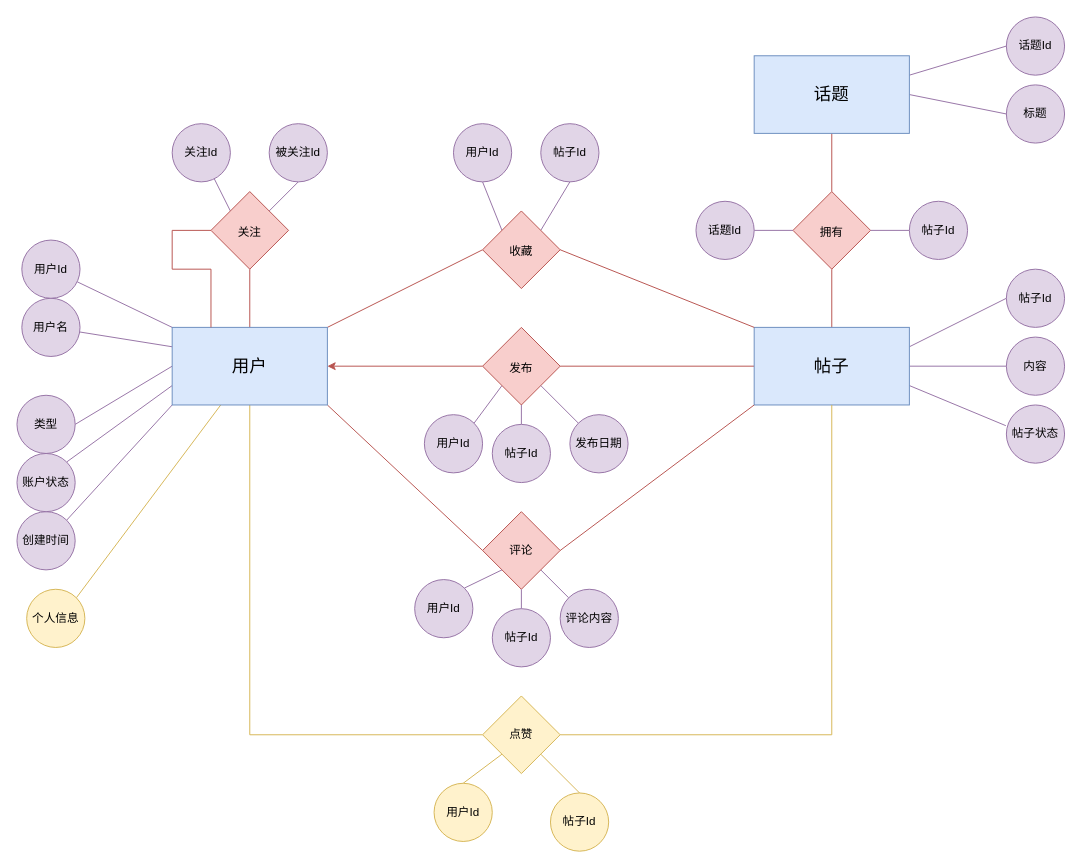
Before: map/minihubER.drawio in msqtt/Sources, a draw.io diagram. Source tidied: cells renumbered, new cells numbered last; positions are measured from the earlier drawing's top-left corner, leaving out a move shared by most shapes. Both pictures are drawn from the tidied source at 97%, with x=0, y=0 at pixel (16, 16).
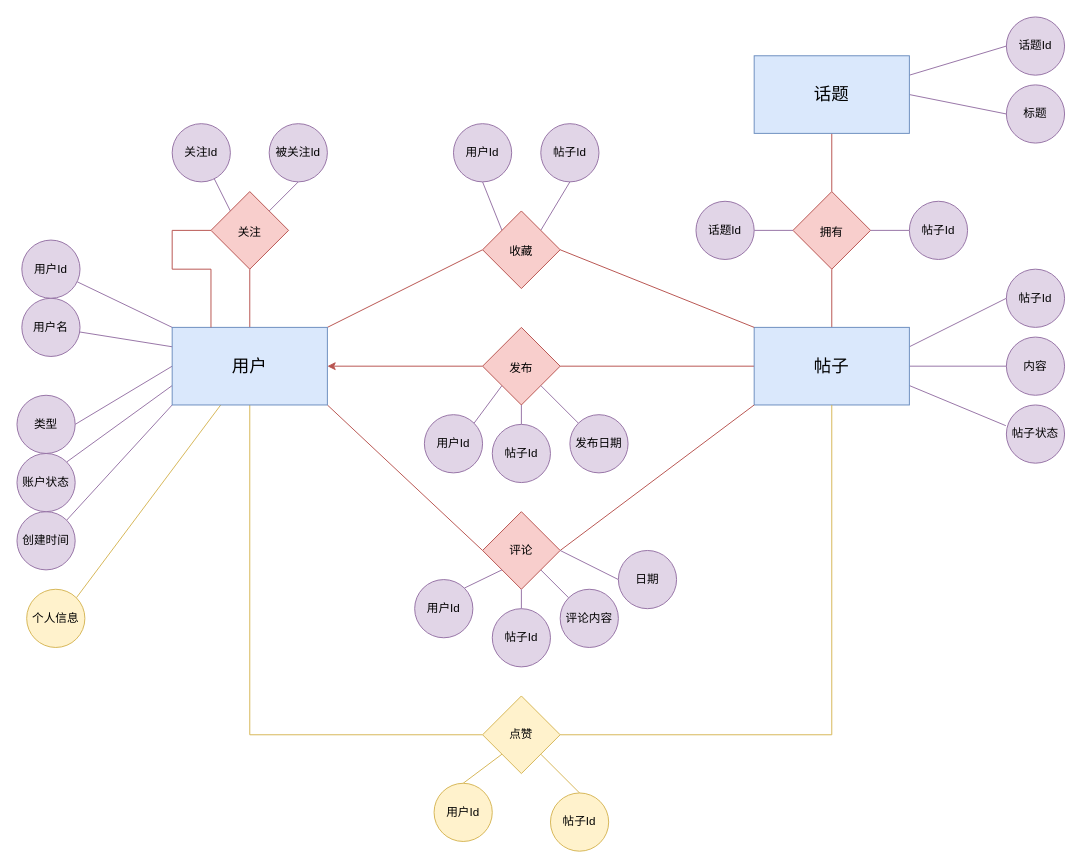
After the change.

Unchanged cells that the change refers to:
```xml
<mxCell id="33" value="评论" style="rhombus;whiteSpace=wrap;html=1;fontSize=12;fillColor=#f8cecc;strokeColor=#b85450;labelBackgroundColor=none;" parent="1" vertex="1">
  <mxGeometry x="480" y="510" width="80" height="80" as="geometry" />
</mxCell>
```

The edit, as a diff of the source:
```diff
@@
+    <mxCell id="73" style="edgeStyle=none;shape=connector;rounded=0;jettySize=auto;html=1;exitX=0;exitY=0.5;exitDx=0;exitDy=0;entryX=1;entryY=0.5;entryDx=0;entryDy=0;labelBackgroundColor=default;strokeColor=#9673a6;fontFamily=Helvetica;fontSize=11;fontColor=#143642;endArrow=none;endFill=0;fillColor=#e1d5e7;" parent="1" edge="1" source="74" target="33">
+      <mxGeometry relative="1" as="geometry" />
+    </mxCell>
+    <mxCell id="74" value="日期" style="ellipse;whiteSpace=wrap;html=1;fillColor=#e1d5e7;strokeColor=#9673a6;rounded=0;" parent="1" vertex="1">
+      <mxGeometry x="620" y="550" width="60" height="60" as="geometry" />
+    </mxCell>
```
